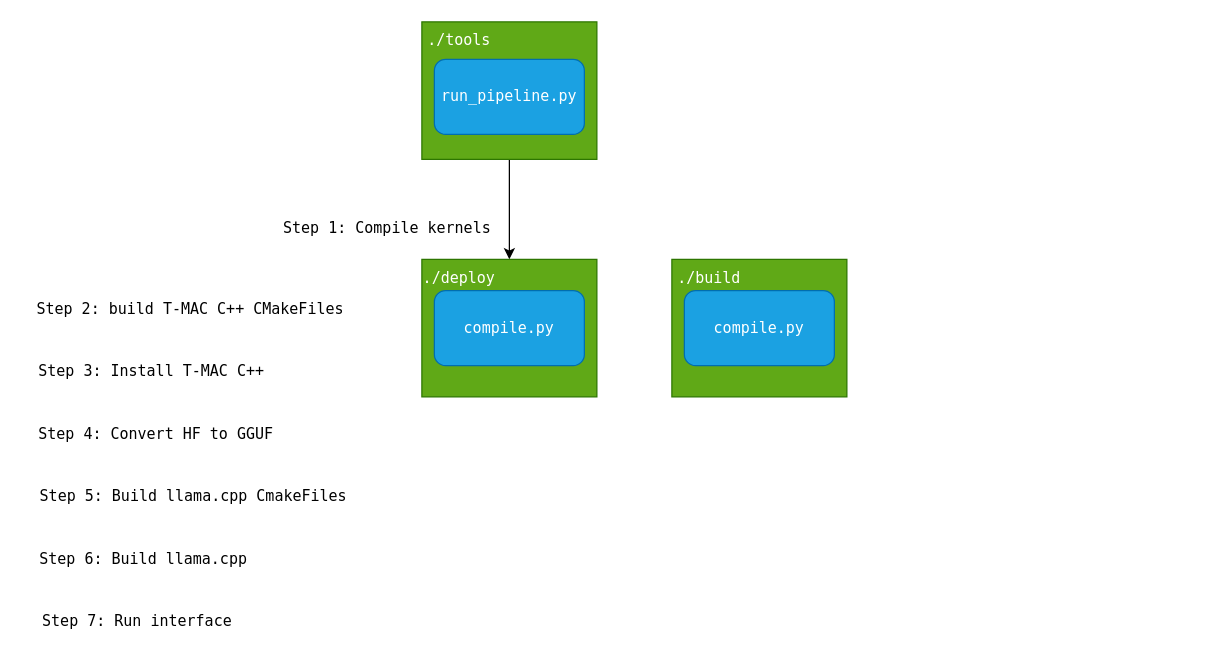
The draw.io diagram docs/TMC_structure.drawio in hq-ansel/T-MAC, before the edit. Source tidied: cells renumbered, new cells numbered last; positions are measured from the earlier drawing's top-left corner, leaving out a move shared by most shapes. Both pictures are drawn from the tidied source at 125%, with x=0, y=0 at pixel (21, 21).
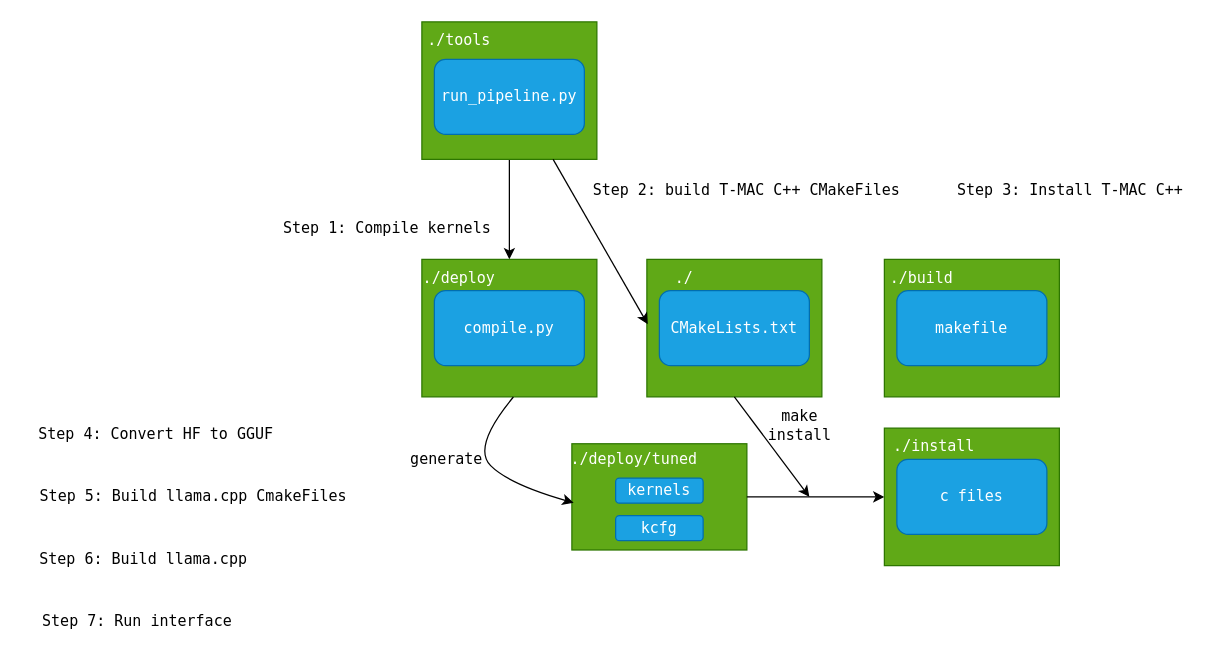
Above is the later version.

The change refers to these unchanged cells:
```xml
<mxCell id="3" style="rounded=0;whiteSpace=wrap;html=1;fillColor=#60a917;fontColor=#ffffff;strokeColor=#2D7600;" parent="1" vertex="1">
  <mxGeometry x="320" width="140" height="110" as="geometry" />
</mxCell>
<mxCell id="6" style="rounded=0;whiteSpace=wrap;html=1;fillColor=#60a917;fontColor=#ffffff;strokeColor=#2D7600;" parent="1" vertex="1">
  <mxGeometry x="320" y="190" width="140" height="110" as="geometry" />
</mxCell>
```

Change to the diagram source:
```diff
@@
     <mxCell id="10" value="&lt;font face=&quot;Lucida Console&quot; color=&quot;#000000&quot;&gt;Step 2: build T-MAC C++ CMakeFiles&lt;/font&gt;" style="text;html=1;align=center;verticalAlign=middle;whiteSpace=wrap;rounded=0;fontColor=#FFFFFF;" parent="1" vertex="1">
-      <mxGeometry x="5" y="215" width="260" height="30" as="geometry" />
+      <mxGeometry x="450" y="120" width="260" height="30" as="geometry" />
     </mxCell>
     <mxCell id="11" value="&lt;font face=&quot;Lucida Console&quot; color=&quot;#000000&quot;&gt;Step 3: Install T-MAC C++&amp;nbsp;&lt;/font&gt;" style="text;html=1;align=center;verticalAlign=middle;whiteSpace=wrap;rounded=0;fontColor=#FFFFFF;" parent="1" vertex="1">
-      <mxGeometry x="5" y="265" width="205" height="30" as="geometry" />
+      <mxGeometry x="740" y="120" width="205" height="30" as="geometry" />
     </mxCell>
@@
     <mxCell id="16" style="rounded=0;whiteSpace=wrap;html=1;fillColor=#60a917;fontColor=#ffffff;strokeColor=#2D7600;" parent="1" vertex="1">
-      <mxGeometry x="520" y="190" width="140" height="110" as="geometry" />
+      <mxGeometry x="500" y="190" width="140" height="110" as="geometry" />
     </mxCell>
-    <mxCell id="17" value="&lt;font face=&quot;Lucida Console&quot;&gt;./&lt;span style=&quot;font-size: 12px;&quot;&gt;build&lt;/span&gt;&lt;/font&gt;" style="text;html=1;align=center;verticalAlign=middle;whiteSpace=wrap;rounded=0;fontColor=#FFFFFF;" parent="1" vertex="1">
-      <mxGeometry x="520" y="190" width="60" height="30" as="geometry" />
+    <mxCell id="17" value="&lt;font face=&quot;Lucida Console&quot;&gt;./&lt;/font&gt;" style="text;html=1;align=center;verticalAlign=middle;whiteSpace=wrap;rounded=0;fontColor=#FFFFFF;" parent="1" vertex="1">
+      <mxGeometry x="500" y="190" width="60" height="30" as="geometry" />
     </mxCell>
-    <mxCell id="18" value="&lt;font face=&quot;Lucida Console&quot;&gt;&lt;span style=&quot;font-size: 12px;&quot;&gt;compile.py&lt;/span&gt;&lt;/font&gt;" style="rounded=1;whiteSpace=wrap;html=1;fillColor=#1ba1e2;fontColor=#ffffff;strokeColor=#006EAF;" parent="1" vertex="1">
-      <mxGeometry x="530" y="215" width="120" height="60" as="geometry" />
+    <mxCell id="18" value="&lt;font face=&quot;Lucida Console&quot;&gt;&lt;span style=&quot;font-size: 12px;&quot;&gt;CMakeLists.txt&lt;/span&gt;&lt;/font&gt;" style="rounded=1;whiteSpace=wrap;html=1;fillColor=#1ba1e2;fontColor=#ffffff;strokeColor=#006EAF;" parent="1" vertex="1">
+      <mxGeometry x="510" y="215" width="120" height="60" as="geometry" />
     </mxCell>
+    <mxCell id="19" style="rounded=0;whiteSpace=wrap;html=1;fillColor=#60a917;fontColor=#ffffff;strokeColor=#2D7600;" parent="1" vertex="1">
+      <mxGeometry x="440" y="337.5" width="140" height="85" as="geometry" />
+    </mxCell>
+    <mxCell id="20" value="&lt;font face=&quot;Lucida Console&quot;&gt;./&lt;/font&gt;&lt;span style=&quot;font-family: &amp;quot;Lucida Console&amp;quot;;&quot;&gt;deploy/&lt;/span&gt;&lt;font face=&quot;Lucida Console&quot;&gt;tuned&lt;/font&gt;" style="text;html=1;align=center;verticalAlign=middle;whiteSpace=wrap;rounded=0;fontColor=#FFFFFF;" parent="1" vertex="1">
+      <mxGeometry x="460" y="335" width="60" height="30" as="geometry" />
+    </mxCell>
+    <mxCell id="21" value="&lt;font face=&quot;Lucida Console&quot;&gt;&lt;span style=&quot;font-size: 12px;&quot;&gt;kernels&lt;/span&gt;&lt;/font&gt;" style="rounded=1;whiteSpace=wrap;html=1;fillColor=#1ba1e2;fontColor=#ffffff;strokeColor=#006EAF;" parent="1" vertex="1">
+      <mxGeometry x="475" y="365" width="70" height="20" as="geometry" />
+    </mxCell>
+    <mxCell id="22" value="&lt;font face=&quot;Lucida Console&quot;&gt;kcfg&lt;/font&gt;" style="rounded=1;whiteSpace=wrap;html=1;fillColor=#1ba1e2;fontColor=#ffffff;strokeColor=#006EAF;" parent="1" vertex="1">
+      <mxGeometry x="475" y="395" width="70" height="20" as="geometry" />
+    </mxCell>
+    <mxCell id="23" style="curved=1;endArrow=classic;html=1;rounded=0;exitX=0.523;exitY=1.001;exitDx=0;exitDy=0;exitPerimeter=0;entryX=0.01;entryY=0.555;entryDx=0;entryDy=0;entryPerimeter=0;" parent="1" edge="1" source="6" target="19">
+      <mxGeometry relative="1" as="geometry">
+        <Array as="points">
+          <mxPoint x="360" y="340" />
+          <mxPoint x="390" y="370" />
+        </Array>
+      </mxGeometry>
+    </mxCell>
+    <mxCell id="24" value="&lt;font face=&quot;Lucida Console&quot; color=&quot;#000000&quot;&gt;generate&lt;/font&gt;" style="text;html=1;align=center;verticalAlign=middle;whiteSpace=wrap;rounded=0;fontColor=#FFFFFF;" parent="1" vertex="1">
+      <mxGeometry x="300" y="335" width="80" height="30" as="geometry" />
+    </mxCell>
+    <mxCell id="25" style="rounded=0;whiteSpace=wrap;html=1;fillColor=#60a917;fontColor=#ffffff;strokeColor=#2D7600;" parent="1" vertex="1">
+      <mxGeometry x="690" y="190" width="140" height="110" as="geometry" />
+    </mxCell>
+    <mxCell id="26" value="&lt;font face=&quot;Lucida Console&quot;&gt;./&lt;span style=&quot;font-size: 12px;&quot;&gt;build&lt;/span&gt;&lt;/font&gt;" style="text;html=1;align=center;verticalAlign=middle;whiteSpace=wrap;rounded=0;fontColor=#FFFFFF;" parent="1" vertex="1">
+      <mxGeometry x="690" y="190" width="60" height="30" as="geometry" />
+    </mxCell>
+    <mxCell id="27" value="&lt;font face=&quot;Lucida Console&quot;&gt;&lt;span style=&quot;font-size: 12px;&quot;&gt;makefile&lt;/span&gt;&lt;/font&gt;" style="rounded=1;whiteSpace=wrap;html=1;fillColor=#1ba1e2;fontColor=#ffffff;strokeColor=#006EAF;" parent="1" vertex="1">
+      <mxGeometry x="700" y="215" width="120" height="60" as="geometry" />
+    </mxCell>
+    <mxCell id="28" style="endArrow=classic;html=1;rounded=0;exitX=0.75;exitY=1;exitDx=0;exitDy=0;entryX=0.005;entryY=0.472;entryDx=0;entryDy=0;entryPerimeter=0;" parent="1" edge="1" source="3" target="16">
+      <mxGeometry relative="1" as="geometry" />
+    </mxCell>
+    <mxCell id="29" style="endArrow=classic;html=1;rounded=0;exitX=1;exitY=0.5;exitDx=0;exitDy=0;entryX=0;entryY=0.5;entryDx=0;entryDy=0;" parent="1" edge="1" source="19" target="30">
+      <mxGeometry relative="1" as="geometry" />
+    </mxCell>
+    <mxCell id="30" style="rounded=0;whiteSpace=wrap;html=1;fillColor=#60a917;fontColor=#ffffff;strokeColor=#2D7600;" parent="1" vertex="1">
+      <mxGeometry x="690" y="325" width="140" height="110" as="geometry" />
+    </mxCell>
+    <mxCell id="31" value="&lt;font face=&quot;Lucida Console&quot;&gt;./install&lt;/font&gt;" style="text;html=1;align=center;verticalAlign=middle;whiteSpace=wrap;rounded=0;fontColor=#FFFFFF;" parent="1" vertex="1">
+      <mxGeometry x="700" y="325" width="60" height="30" as="geometry" />
+    </mxCell>
+    <mxCell id="32" value="&lt;font face=&quot;Lucida Console&quot;&gt;&lt;span style=&quot;font-size: 12px;&quot;&gt;c files&lt;/span&gt;&lt;/font&gt;" style="rounded=1;whiteSpace=wrap;html=1;fillColor=#1ba1e2;fontColor=#ffffff;strokeColor=#006EAF;" parent="1" vertex="1">
+      <mxGeometry x="700" y="350" width="120" height="60" as="geometry" />
+    </mxCell>
+    <mxCell id="33" style="endArrow=classic;html=1;rounded=0;exitX=0.5;exitY=1;exitDx=0;exitDy=0;" parent="1" edge="1" source="16">
+      <mxGeometry relative="1" as="geometry">
+        <mxPoint x="630" y="380" as="targetPoint" />
+      </mxGeometry>
+    </mxCell>
+    <mxCell id="34" value="&lt;font face=&quot;Lucida Console&quot; color=&quot;#000000&quot;&gt;make install&lt;/font&gt;" style="text;html=1;align=center;verticalAlign=middle;whiteSpace=wrap;rounded=0;fontColor=#FFFFFF;" parent="1" vertex="1">
+      <mxGeometry x="580" y="307.5" width="85" height="30" as="geometry" />
+    </mxCell>
```
